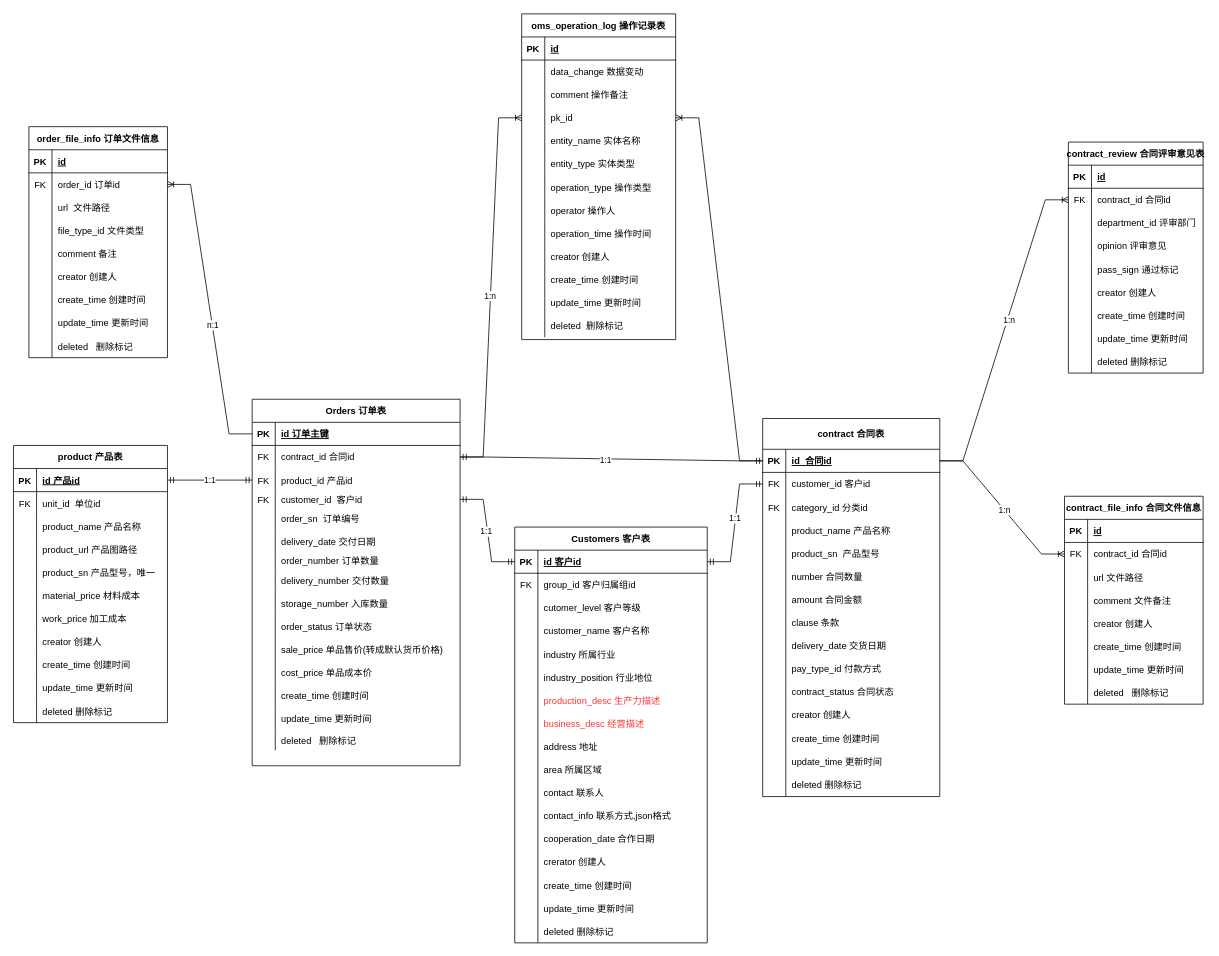
The draw.io diagram OMS/OMS_ER.drawio in Jorwe/UML, before the edit. Source tidied: cells renumbered, new cells numbered last; positions are measured from the earlier drawing's top-left corner, leaving out a move shared by most shapes. Both pictures are drawn from the tidied source at 77%, with x=0, y=0 at pixel (13, 14).
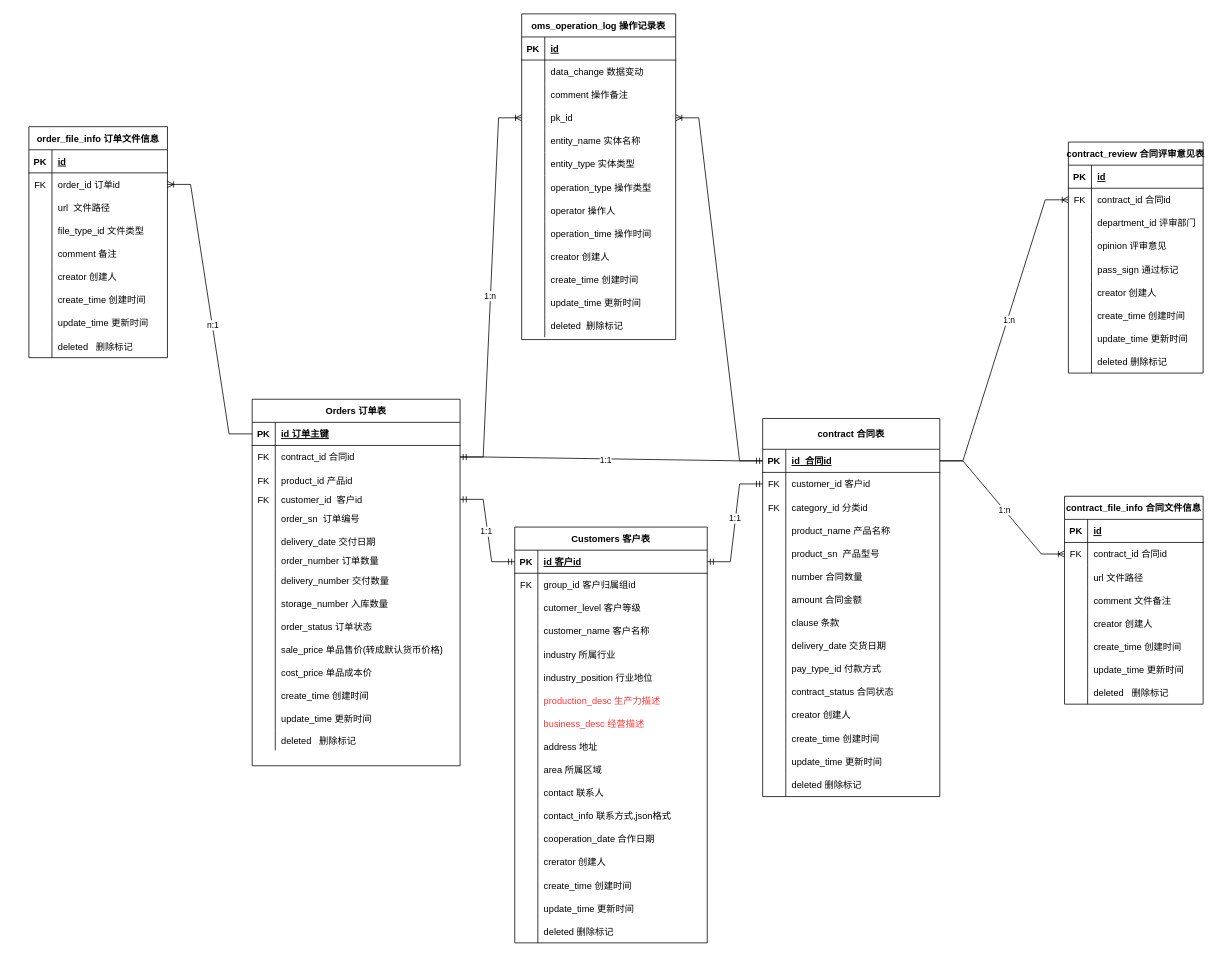
The same page after the edit.

Unchanged cells that the change refers to:
```xml
<mxCell id="95" style="shape=tableRow;horizontal=0;startSize=0;swimlaneHead=0;swimlaneBody=0;fillColor=none;points=[[0,0.5],[1,0.5]];portConstraint=eastwest;top=0;left=0;right=0;bottom=0;" parent="88" vertex="1">
  <mxGeometry y="90" width="270" height="30" as="geometry" />
</mxCell>
```

Change to the diagram source:
```diff
@@
-    <mxCell id="2" value="product 产品表" style="shape=table;startSize=30;childLayout=tableLayout;rowLines=0;fontStyle=1;align=center;" parent="1" vertex="1">
-      <mxGeometry y="560" width="200" height="360" as="geometry" />
-    </mxCell>
-    <mxCell id="3" style="shape=partialRectangle;fillColor=none;points=[[0,0.5],[1,0.5]];portConstraint=eastwest;top=0;left=0;right=0;bottom=1;" parent="2" vertex="1">
-      <mxGeometry y="30" width="200" height="30" as="geometry" />
-    </mxCell>
-    <mxCell id="4" value="PK" style="shape=partialRectangle;overflow=hidden;fillColor=none;top=0;left=0;bottom=0;right=0;fontStyle=1;" parent="3" vertex="1">
-      <mxGeometry width="30" height="30" as="geometry" />
-    </mxCell>
-    <mxCell id="5" value="id 产品id" style="shape=partialRectangle;overflow=hidden;fillColor=none;top=0;left=0;bottom=0;right=0;align=left;spacingLeft=6;fontStyle=5;" parent="3" vertex="1">
-      <mxGeometry x="30" width="170" height="30" as="geometry" />
-    </mxCell>
-    <mxCell id="6" style="shape=tableRow;horizontal=0;startSize=0;swimlaneHead=0;swimlaneBody=0;fillColor=none;top=0;left=0;right=0;bottom=0;" parent="2" vertex="1">
-      <mxGeometry y="60" width="200" height="30" as="geometry" />
-    </mxCell>
-    <mxCell id="7" value="FK" style="shape=partialRectangle;fillColor=none;top=0;left=0;bottom=0;right=0;fontStyle=0;overflow=hidden;" parent="6" vertex="1">
-      <mxGeometry width="30" height="30" as="geometry" />
-    </mxCell>
-    <mxCell id="8" value="unit_id  单位id" style="shape=partialRectangle;fillColor=none;top=0;left=0;bottom=0;right=0;align=left;spacingLeft=6;fontStyle=0;overflow=hidden;" parent="6" vertex="1">
-      <mxGeometry x="30" width="170" height="30" as="geometry" />
-    </mxCell>
-    <mxCell id="9" style="shape=tableRow;horizontal=0;startSize=0;swimlaneHead=0;swimlaneBody=0;fillColor=none;top=0;left=0;right=0;bottom=0;" parent="2" vertex="1">
-      <mxGeometry y="90" width="200" height="30" as="geometry" />
-    </mxCell>
-    <mxCell id="10" style="shape=partialRectangle;fillColor=none;top=0;left=0;bottom=0;right=0;overflow=hidden;" parent="9" vertex="1">
-      <mxGeometry width="30" height="30" as="geometry" />
-    </mxCell>
-    <mxCell id="11" value="product_name 产品名称" style="shape=partialRectangle;fillColor=none;top=0;left=0;bottom=0;right=0;align=left;spacingLeft=6;overflow=hidden;" parent="9" vertex="1">
-      <mxGeometry x="30" width="170" height="30" as="geometry" />
-    </mxCell>
-    <mxCell id="12" style="shape=tableRow;horizontal=0;startSize=0;swimlaneHead=0;swimlaneBody=0;fillColor=none;top=0;left=0;right=0;bottom=0;" parent="2" vertex="1">
-      <mxGeometry y="120" width="200" height="30" as="geometry" />
-    </mxCell>
-    <mxCell id="13" style="shape=partialRectangle;fillColor=none;top=0;left=0;bottom=0;right=0;overflow=hidden;" parent="12" vertex="1">
-      <mxGeometry width="30" height="30" as="geometry" />
-    </mxCell>
-    <mxCell id="14" value="product_url 产品图路径" style="shape=partialRectangle;fillColor=none;top=0;left=0;bottom=0;right=0;align=left;spacingLeft=6;overflow=hidden;" parent="12" vertex="1">
-      <mxGeometry x="30" width="170" height="30" as="geometry" />
-    </mxCell>
-    <mxCell id="15" style="shape=tableRow;horizontal=0;startSize=0;swimlaneHead=0;swimlaneBody=0;fillColor=none;top=0;left=0;right=0;bottom=0;" parent="2" vertex="1">
-      <mxGeometry y="150" width="200" height="30" as="geometry" />
-    </mxCell>
-    <mxCell id="16" style="shape=partialRectangle;fillColor=none;top=0;left=0;bottom=0;right=0;overflow=hidden;" parent="15" vertex="1">
-      <mxGeometry width="30" height="30" as="geometry" />
-    </mxCell>
-    <mxCell id="17" value="product_sn 产品型号，唯一" style="shape=partialRectangle;fillColor=none;top=0;left=0;bottom=0;right=0;align=left;spacingLeft=6;overflow=hidden;" parent="15" vertex="1">
-      <mxGeometry x="30" width="170" height="30" as="geometry" />
-    </mxCell>
-    <mxCell id="18" style="shape=tableRow;horizontal=0;startSize=0;swimlaneHead=0;swimlaneBody=0;fillColor=none;top=0;left=0;right=0;bottom=0;" parent="2" vertex="1">
-      <mxGeometry y="180" width="200" height="30" as="geometry" />
-    </mxCell>
-    <mxCell id="19" style="shape=partialRectangle;fillColor=none;top=0;left=0;bottom=0;right=0;overflow=hidden;" parent="18" vertex="1">
-      <mxGeometry width="30" height="30" as="geometry" />
-    </mxCell>
-    <mxCell id="20" value="material_price 材料成本" style="shape=partialRectangle;fillColor=none;top=0;left=0;bottom=0;right=0;align=left;spacingLeft=6;overflow=hidden;" parent="18" vertex="1">
-      <mxGeometry x="30" width="170" height="30" as="geometry" />
-    </mxCell>
-    <mxCell id="21" style="shape=tableRow;horizontal=0;startSize=0;swimlaneHead=0;swimlaneBody=0;fillColor=none;top=0;left=0;right=0;bottom=0;" parent="2" vertex="1">
-      <mxGeometry y="210" width="200" height="30" as="geometry" />
-    </mxCell>
-    <mxCell id="22" style="shape=partialRectangle;fillColor=none;top=0;left=0;bottom=0;right=0;overflow=hidden;" parent="21" vertex="1">
-      <mxGeometry width="30" height="30" as="geometry" />
-    </mxCell>
-    <mxCell id="23" value="work_price 加工成本" style="shape=partialRectangle;fillColor=none;top=0;left=0;bottom=0;right=0;align=left;spacingLeft=6;overflow=hidden;" parent="21" vertex="1">
-      <mxGeometry x="30" width="170" height="30" as="geometry" />
-    </mxCell>
-    <mxCell id="24" style="shape=tableRow;horizontal=0;startSize=0;swimlaneHead=0;swimlaneBody=0;fillColor=none;top=0;left=0;right=0;bottom=0;" parent="2" vertex="1">
-      <mxGeometry y="240" width="200" height="30" as="geometry" />
-    </mxCell>
-    <mxCell id="25" style="shape=partialRectangle;fillColor=none;top=0;left=0;bottom=0;right=0;overflow=hidden;" parent="24" vertex="1">
-      <mxGeometry width="30" height="30" as="geometry" />
-    </mxCell>
-    <mxCell id="26" value="creator 创建人" style="shape=partialRectangle;fillColor=none;top=0;left=0;bottom=0;right=0;align=left;spacingLeft=6;overflow=hidden;" parent="24" vertex="1">
-      <mxGeometry x="30" width="170" height="30" as="geometry" />
-    </mxCell>
-    <mxCell id="27" style="shape=tableRow;horizontal=0;startSize=0;swimlaneHead=0;swimlaneBody=0;fillColor=none;top=0;left=0;right=0;bottom=0;" parent="2" vertex="1">
-      <mxGeometry y="270" width="200" height="30" as="geometry" />
-    </mxCell>
-    <mxCell id="28" style="shape=partialRectangle;fillColor=none;top=0;left=0;bottom=0;right=0;overflow=hidden;" parent="27" vertex="1">
-      <mxGeometry width="30" height="30" as="geometry" />
-    </mxCell>
-    <mxCell id="29" value="create_time 创建时间" style="shape=partialRectangle;fillColor=none;top=0;left=0;bottom=0;right=0;align=left;spacingLeft=6;overflow=hidden;" parent="27" vertex="1">
-      <mxGeometry x="30" width="170" height="30" as="geometry" />
-    </mxCell>
-    <mxCell id="30" style="shape=tableRow;horizontal=0;startSize=0;swimlaneHead=0;swimlaneBody=0;fillColor=none;top=0;left=0;right=0;bottom=0;" parent="2" vertex="1">
-      <mxGeometry y="300" width="200" height="30" as="geometry" />
-    </mxCell>
-    <mxCell id="31" style="shape=partialRectangle;fillColor=none;top=0;left=0;bottom=0;right=0;overflow=hidden;" parent="30" vertex="1">
-      <mxGeometry width="30" height="30" as="geometry" />
-    </mxCell>
-    <mxCell id="32" value="update_time 更新时间" style="shape=partialRectangle;fillColor=none;top=0;left=0;bottom=0;right=0;align=left;spacingLeft=6;overflow=hidden;" parent="30" vertex="1">
-      <mxGeometry x="30" width="170" height="30" as="geometry" />
-    </mxCell>
-    <mxCell id="33" style="shape=tableRow;horizontal=0;startSize=0;swimlaneHead=0;swimlaneBody=0;fillColor=none;top=0;left=0;right=0;bottom=0;" parent="2" vertex="1">
-      <mxGeometry y="330" width="200" height="30" as="geometry" />
-    </mxCell>
-    <mxCell id="34" style="shape=partialRectangle;fillColor=none;top=0;left=0;bottom=0;right=0;overflow=hidden;" parent="33" vertex="1">
-      <mxGeometry width="30" height="30" as="geometry" />
-    </mxCell>
-    <mxCell id="35" value="deleted 删除标记" style="shape=partialRectangle;fillColor=none;top=0;left=0;bottom=0;right=0;align=left;spacingLeft=6;overflow=hidden;" parent="33" vertex="1">
-      <mxGeometry x="30" width="170" height="30" as="geometry" />
-    </mxCell>
@@
-    <mxCell id="134" style="edgeStyle=entityRelationEdgeStyle;fontSize=12;html=1;endArrow=ERmandOne;startArrow=ERmandOne;rounded=0;entryX=1;entryY=0.5;entryDx=0;entryDy=0;" parent="1" edge="1" source="95" target="3">
-      <mxGeometry relative="1" as="geometry" />
-    </mxCell>
-    <mxCell id="135" value="1:1" style="edgeLabel;html=1;align=center;verticalAlign=middle;fontColor=#000000;" parent="134" vertex="1">
-      <mxGeometry x="0.01" y="-1" relative="1" as="geometry" />
-    </mxCell>
```
